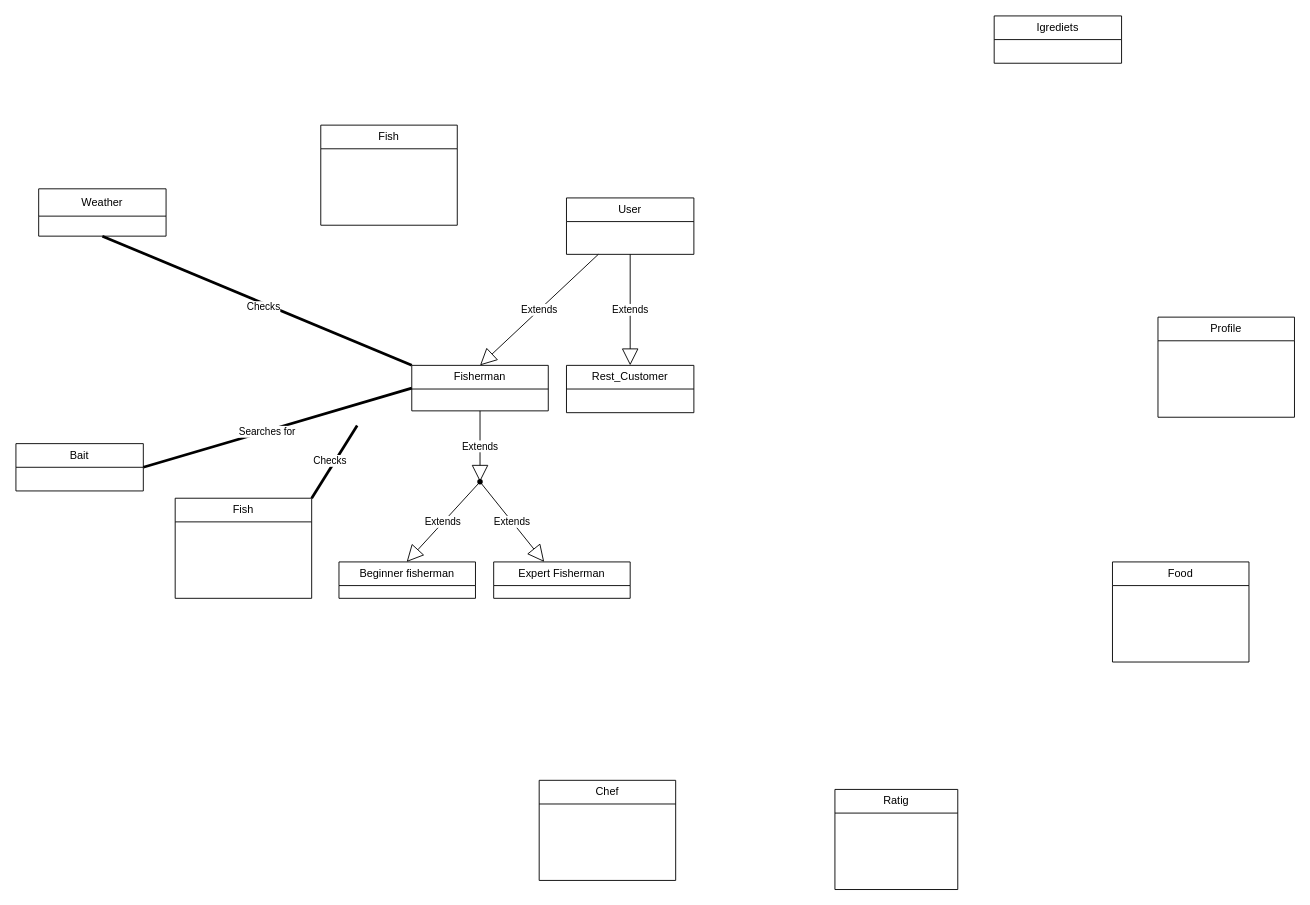
The draw.io diagram page "Page-1" (1 of 2) of domain model - kostas.drawio in TMCEID/SoftEngFishApp, before the edit. Source tidied: cells renumbered, new cells numbered last; positions are measured from the earlier drawing's top-left corner, leaving out a move shared by most shapes. Both pictures are drawn from the tidied source at 91%, with x=0, y=0 at pixel (15, 15).
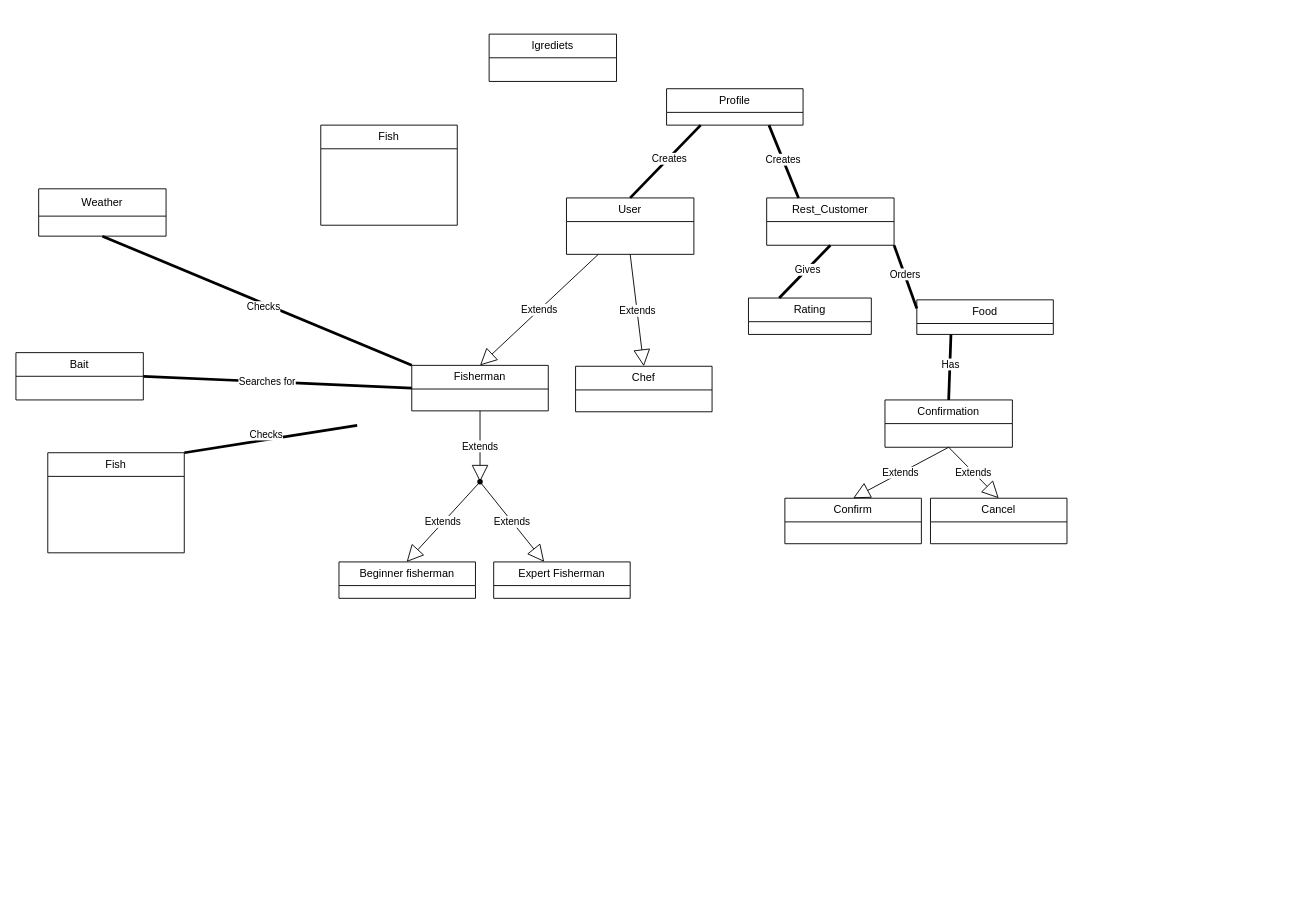
The same page after the edit.

The change refers to these unchanged cells:
```xml
<mxCell id="2" value="User" style="swimlane;fontStyle=0;horizontal=1;startSize=26;fillColor=none;whiteSpace=wrap;html=1;" parent="1" vertex="1">
  <mxGeometry x="605" y="200" width="140" height="62" as="geometry" />
</mxCell>
```

What changed in the source:
```diff
@@
     <mxCell id="3" value="Profile" style="swimlane;fontStyle=0;horizontal=1;startSize=26;fillColor=none;whiteSpace=wrap;html=1;" parent="1" vertex="1">
-      <mxGeometry x="1255" y="331" width="150" height="110" as="geometry" />
+      <mxGeometry x="715" y="80" width="150" height="40" as="geometry" />
     </mxCell>
     <mxCell id="4" value="Rest_Customer" style="swimlane;fontStyle=0;horizontal=1;startSize=26;fillColor=none;whiteSpace=wrap;html=1;" parent="1" vertex="1">
-      <mxGeometry x="605" y="384" width="140" height="52" as="geometry" />
+      <mxGeometry x="825" y="200" width="140" height="52" as="geometry" />
     </mxCell>
     <mxCell id="5" value="Bait" style="swimlane;fontStyle=0;horizontal=1;startSize=26;fillColor=none;whiteSpace=wrap;html=1;" parent="1" vertex="1">
-      <mxGeometry y="470" width="140" height="52" as="geometry" />
+      <mxGeometry y="370" width="140" height="52" as="geometry" />
     </mxCell>
     <mxCell id="6" value="Igrediets" style="swimlane;fontStyle=0;horizontal=1;startSize=26;fillColor=none;whiteSpace=wrap;html=1;" parent="1" vertex="1">
-      <mxGeometry x="1075" width="140" height="52" as="geometry" />
+      <mxGeometry x="520" y="20" width="140" height="52" as="geometry" />
     </mxCell>
@@
     <mxCell id="8" value="&lt;div&gt;Food&lt;/div&gt;" style="swimlane;fontStyle=0;horizontal=1;startSize=26;fillColor=none;whiteSpace=wrap;html=1;" parent="1" vertex="1">
-      <mxGeometry x="1205" y="600" width="150" height="110" as="geometry" />
+      <mxGeometry x="990" y="312" width="150" height="38" as="geometry" />
     </mxCell>
@@
-    <mxCell id="10" value="Ratig" style="swimlane;fontStyle=0;horizontal=1;startSize=26;fillColor=none;whiteSpace=wrap;html=1;" parent="1" vertex="1">
-      <mxGeometry x="900" y="850" width="135" height="110" as="geometry" />
+    <mxCell id="10" value="Rating" style="swimlane;fontStyle=0;horizontal=1;startSize=26;fillColor=none;whiteSpace=wrap;html=1;" parent="1" vertex="1">
+      <mxGeometry x="805" y="310" width="135" height="40" as="geometry" />
     </mxCell>
@@
     <mxCell id="12" value="Chef" style="swimlane;fontStyle=0;horizontal=1;startSize=26;fillColor=none;whiteSpace=wrap;html=1;" parent="1" vertex="1">
-      <mxGeometry x="575" y="840" width="150" height="110" as="geometry" />
+      <mxGeometry x="615" y="385" width="150" height="50" as="geometry" />
     </mxCell>
@@
-    <mxCell id="22" value="Extends" style="endArrow=block;endSize=16;endFill=0;html=1;rounded=0;exitX=0.5;exitY=1;exitDx=0;exitDy=0;entryX=0.5;entryY=0;entryDx=0;entryDy=0;" parent="1" edge="1" source="2" target="4">
-      <mxGeometry relative="1" as="geometry" />
-    </mxCell>
@@
     <mxCell id="27" value="Fish" style="swimlane;fontStyle=0;horizontal=1;startSize=26;fillColor=none;whiteSpace=wrap;html=1;" parent="1" vertex="1">
-      <mxGeometry x="175" y="530" width="150" height="110" as="geometry" />
+      <mxGeometry x="35" y="480" width="150" height="110" as="geometry" />
     </mxCell>
+    <mxCell id="28" style="endArrow=none;startArrow=none;endFill=0;startFill=0;endSize=8;html=1;verticalAlign=bottom;labelBackgroundColor=none;strokeWidth=3;rounded=0;entryX=0.25;entryY=0;entryDx=0;entryDy=0;exitX=0.5;exitY=1;exitDx=0;exitDy=0;" parent="1" edge="1" source="4" target="10">
+      <mxGeometry relative="1" as="geometry" />
+    </mxCell>
+    <mxCell id="29" value="Gives" style="edgeLabel;html=1;align=center;verticalAlign=middle;" parent="28" vertex="1">
+      <mxGeometry x="-0.08" relative="1" as="geometry" />
+    </mxCell>
+    <mxCell id="30" value="Extends" style="endArrow=block;endSize=16;endFill=0;html=1;rounded=0;exitX=0.5;exitY=1;exitDx=0;exitDy=0;entryX=0.5;entryY=0;entryDx=0;entryDy=0;" parent="1" edge="1" source="2" target="12">
+      <mxGeometry relative="1" as="geometry" />
+    </mxCell>
+    <mxCell id="31" style="endArrow=none;startArrow=none;endFill=0;startFill=0;endSize=8;html=1;verticalAlign=bottom;labelBackgroundColor=none;strokeWidth=3;rounded=0;entryX=0.5;entryY=0;entryDx=0;entryDy=0;exitX=0.25;exitY=1;exitDx=0;exitDy=0;" parent="1" edge="1" source="3" target="2">
+      <mxGeometry relative="1" as="geometry" />
+    </mxCell>
+    <mxCell id="32" value="Creates" style="edgeLabel;html=1;align=center;verticalAlign=middle;" parent="31" vertex="1">
+      <mxGeometry x="-0.08" relative="1" as="geometry" />
+    </mxCell>
+    <mxCell id="33" style="endArrow=none;startArrow=none;endFill=0;startFill=0;endSize=8;html=1;verticalAlign=bottom;labelBackgroundColor=none;strokeWidth=3;rounded=0;entryX=0.25;entryY=0;entryDx=0;entryDy=0;exitX=0.75;exitY=1;exitDx=0;exitDy=0;" parent="1" edge="1" source="3" target="4">
+      <mxGeometry relative="1" as="geometry" />
+    </mxCell>
+    <mxCell id="34" value="Creates" style="edgeLabel;html=1;align=center;verticalAlign=middle;" parent="33" vertex="1">
+      <mxGeometry x="-0.08" relative="1" as="geometry" />
+    </mxCell>
+    <mxCell id="35" style="endArrow=none;startArrow=none;endFill=0;startFill=0;endSize=8;html=1;verticalAlign=bottom;labelBackgroundColor=none;strokeWidth=3;rounded=0;exitX=1;exitY=1;exitDx=0;exitDy=0;entryX=0;entryY=0.25;entryDx=0;entryDy=0;" parent="1" edge="1" source="4" target="8">
+      <mxGeometry relative="1" as="geometry" />
+    </mxCell>
+    <mxCell id="36" value="Orders" style="edgeLabel;html=1;align=center;verticalAlign=middle;" parent="35" vertex="1">
+      <mxGeometry x="-0.08" relative="1" as="geometry" />
+    </mxCell>
+    <mxCell id="37" value="Confirmation" style="swimlane;fontStyle=0;horizontal=1;startSize=26;fillColor=none;whiteSpace=wrap;html=1;" parent="1" vertex="1">
+      <mxGeometry x="955" y="422" width="140" height="52" as="geometry" />
+    </mxCell>
+    <mxCell id="38" style="endArrow=none;startArrow=none;endFill=0;startFill=0;endSize=8;html=1;verticalAlign=bottom;labelBackgroundColor=none;strokeWidth=3;rounded=0;exitX=0.25;exitY=1;exitDx=0;exitDy=0;entryX=0.5;entryY=0;entryDx=0;entryDy=0;" parent="1" edge="1" source="8" target="37">
+      <mxGeometry relative="1" as="geometry" />
+    </mxCell>
+    <mxCell id="39" value="Has" style="edgeLabel;html=1;align=center;verticalAlign=middle;" parent="38" vertex="1">
+      <mxGeometry x="-0.08" relative="1" as="geometry" />
+    </mxCell>
+    <mxCell id="40" value="Confirm" style="swimlane;fontStyle=0;horizontal=1;startSize=26;fillColor=none;whiteSpace=wrap;html=1;" parent="1" vertex="1">
+      <mxGeometry x="845" y="530" width="150" height="50" as="geometry" />
+    </mxCell>
+    <mxCell id="41" value="Cancel" style="swimlane;fontStyle=0;horizontal=1;startSize=26;fillColor=none;whiteSpace=wrap;html=1;" parent="1" vertex="1">
+      <mxGeometry x="1005" y="530" width="150" height="50" as="geometry" />
+    </mxCell>
+    <mxCell id="42" value="Extends" style="endArrow=block;endSize=16;endFill=0;html=1;rounded=0;entryX=0.5;entryY=0;entryDx=0;entryDy=0;exitX=0.5;exitY=1;exitDx=0;exitDy=0;" parent="1" edge="1" source="37" target="40">
+      <mxGeometry relative="1" as="geometry" />
+    </mxCell>
+    <mxCell id="43" value="Extends" style="endArrow=block;endSize=16;endFill=0;html=1;rounded=0;exitX=0.5;exitY=1;exitDx=0;exitDy=0;entryX=0.5;entryY=0;entryDx=0;entryDy=0;" parent="1" edge="1" source="37" target="41">
+      <mxGeometry relative="1" as="geometry" />
+    </mxCell>
```
